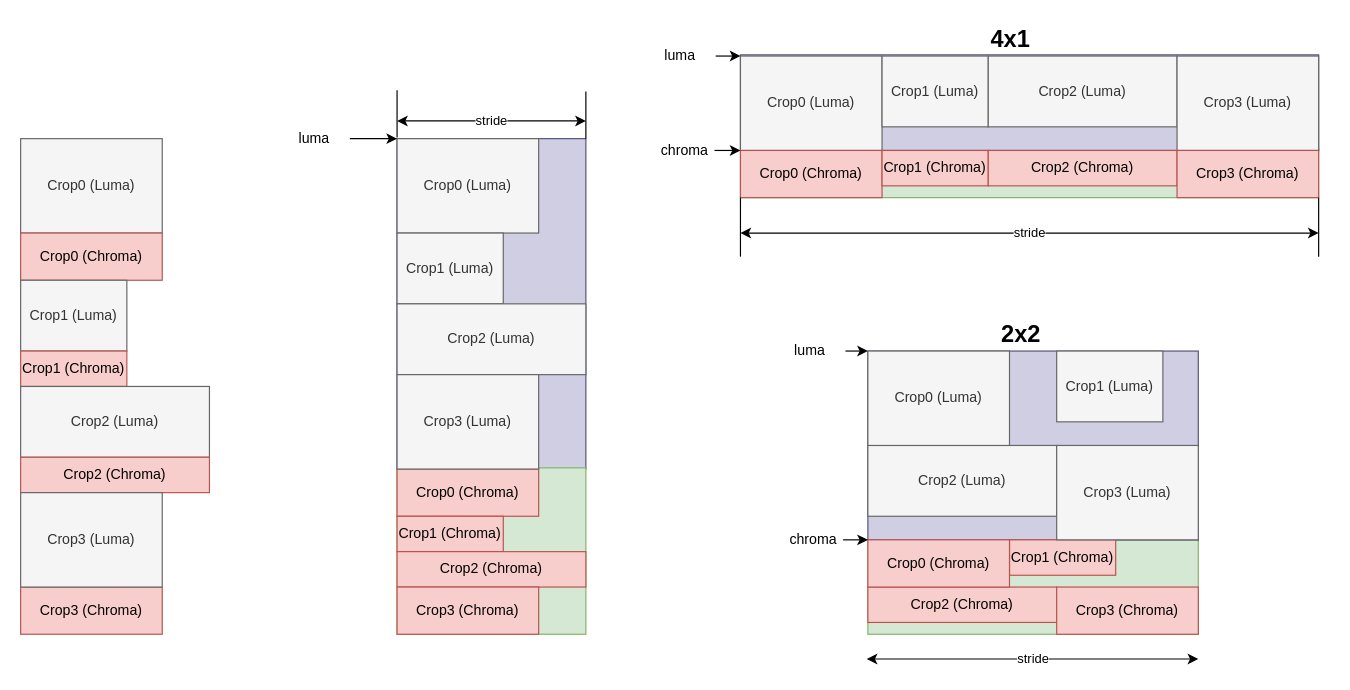
This is multi-crop.drawio from chenmin82/diagrams, a draw.io file, before an edit. Source tidied: cells renumbered, new cells numbered last; positions are measured from the earlier drawing's top-left corner, leaving out a move shared by most shapes. Both pictures are drawn from the tidied source at 118%, with x=0, y=0 at pixel (20, 20).
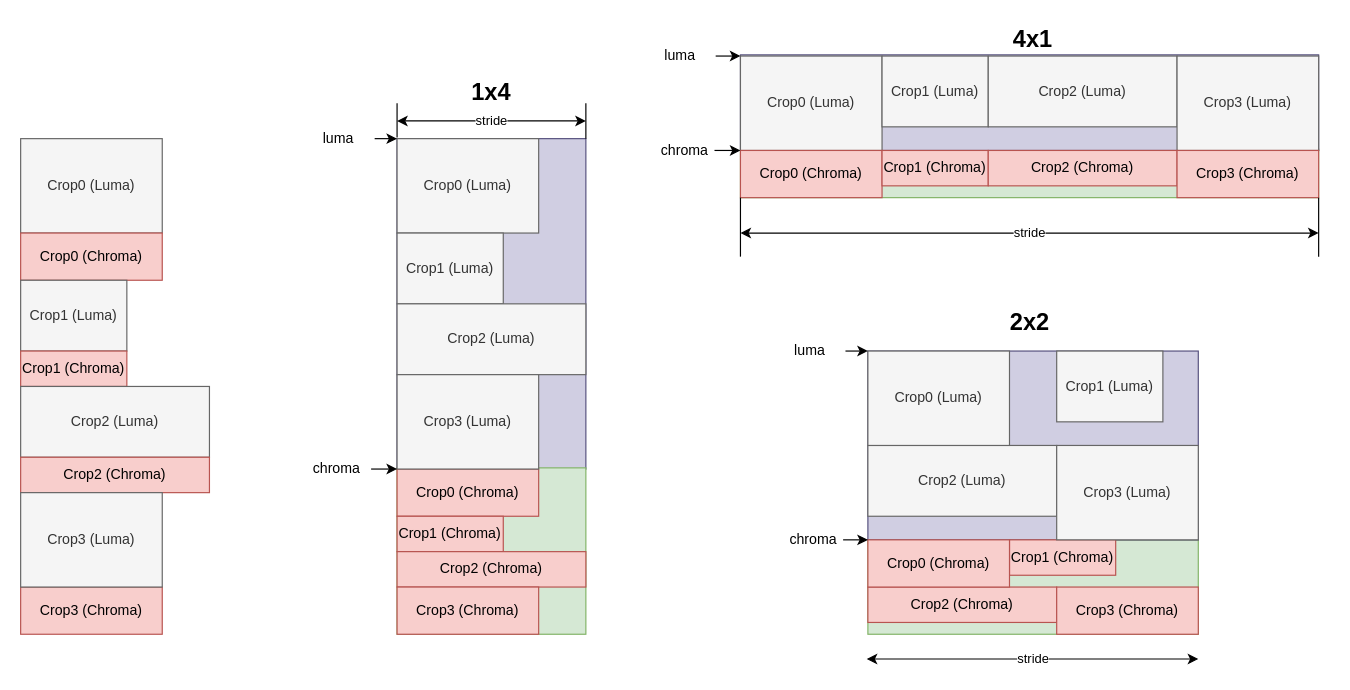
Above is the later version.

Change to the diagram source:
```diff
@@
     <mxCell id="27" value="2x2" style="text;html=1;align=center;verticalAlign=middle;whiteSpace=wrap;rounded=0;fontStyle=1;fontSize=20;" parent="1" vertex="1">
-      <mxGeometry x="768" y="250" width="160" height="30" as="geometry" />
+      <mxGeometry x="824.5" y="240" width="61" height="30" as="geometry" />
     </mxCell>
@@
     <mxCell id="43" value="4x1" style="text;html=1;align=center;verticalAlign=middle;whiteSpace=wrap;rounded=0;fontStyle=1;fontSize=20;" parent="1" vertex="1">
-      <mxGeometry x="759" width="160" height="30" as="geometry" />
+      <mxGeometry x="828" width="60" height="30" as="geometry" />
     </mxCell>
@@
     <mxCell id="54" value="luma" style="text;html=1;align=center;verticalAlign=middle;whiteSpace=wrap;rounded=0;" parent="1" vertex="1">
-      <mxGeometry x="219" y="85" width="60" height="30" as="geometry" />
+      <mxGeometry x="239" y="85" width="61" height="30" as="geometry" />
     </mxCell>
@@
     <mxCell id="57" style="endArrow=none;html=1;rounded=0;" parent="1" edge="1">
       <mxGeometry relative="1" as="geometry">
         <mxPoint x="479" y="100" as="sourcePoint" />
-        <mxPoint x="479" y="60" as="targetPoint" />
+        <mxPoint x="479" y="70" as="targetPoint" />
       </mxGeometry>
     </mxCell>
     <mxCell id="58" style="endArrow=none;html=1;rounded=0;" parent="1" edge="1">
       <mxGeometry relative="1" as="geometry">
         <mxPoint x="319" y="99" as="sourcePoint" />
-        <mxPoint x="319" y="59" as="targetPoint" />
+        <mxPoint x="319" y="70" as="targetPoint" />
       </mxGeometry>
     </mxCell>
+    <mxCell id="59" value="1x4" style="text;html=1;align=center;verticalAlign=middle;whiteSpace=wrap;rounded=0;fontStyle=1;fontSize=20;" parent="1" vertex="1">
+      <mxGeometry x="369" y="45" width="60" height="30" as="geometry" />
+    </mxCell>
+    <mxCell id="60" style="curved=1;endArrow=classic;html=1;rounded=0;exitX=1;exitY=0.5;exitDx=0;exitDy=0;" parent="1" edge="1" source="61">
+      <mxGeometry relative="1" as="geometry">
+        <mxPoint x="319" y="380" as="targetPoint" />
+      </mxGeometry>
+    </mxCell>
+    <mxCell id="61" value="chroma" style="text;html=1;align=center;verticalAlign=middle;whiteSpace=wrap;rounded=0;" parent="1" vertex="1">
+      <mxGeometry x="239" y="365" width="58" height="30" as="geometry" />
+    </mxCell>
```
